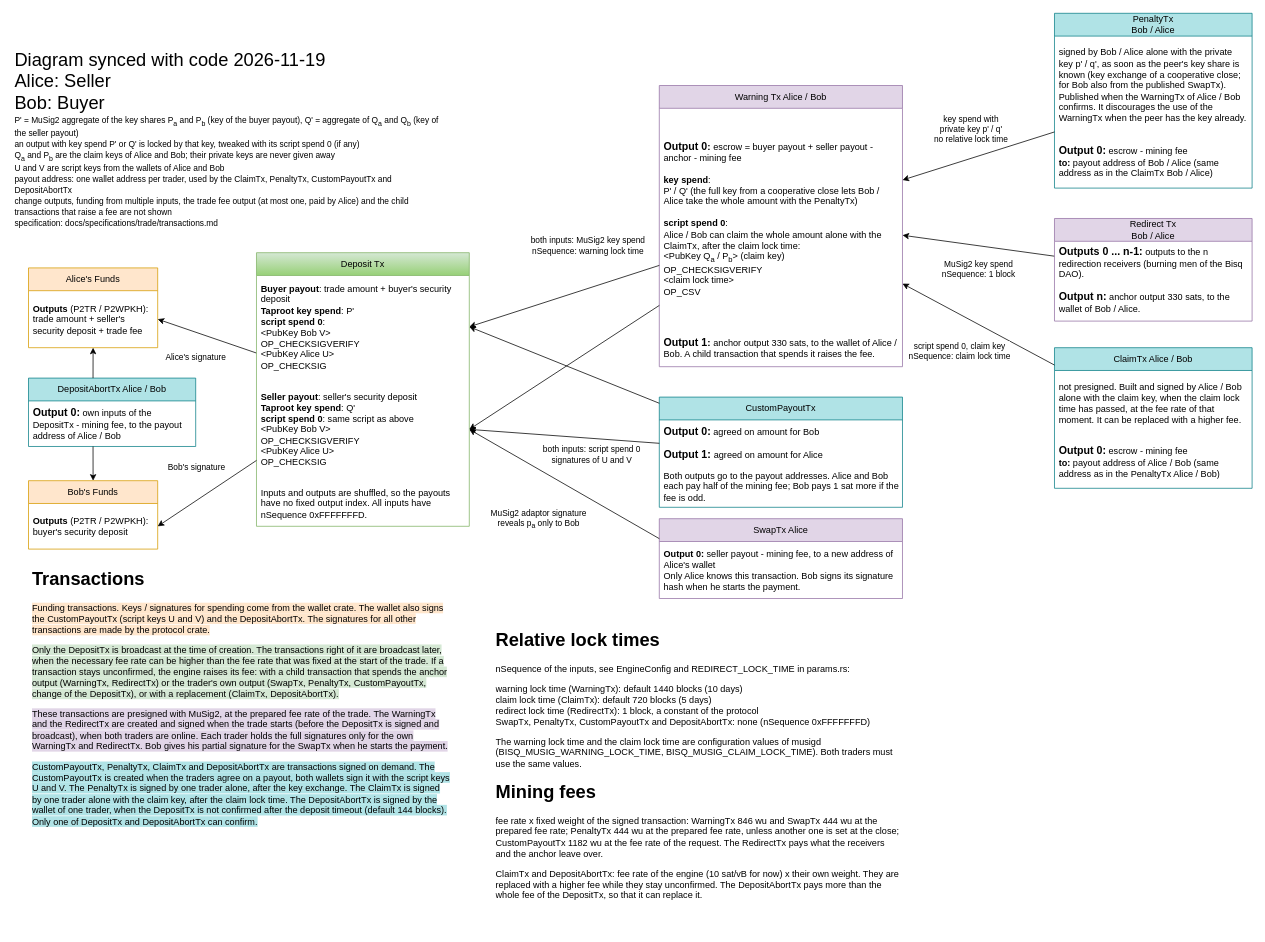
Above: concept/STx9.drawio in ChrisSon15/bisq-musig (draw.io), before the change. Source tidied: cells renumbered, new cells numbered last; positions are measured from the earlier drawing's top-left corner, leaving out a move shared by most shapes. Both pictures are drawn from the tidied source at 76%, with x=0, y=0 at pixel (13, 13).
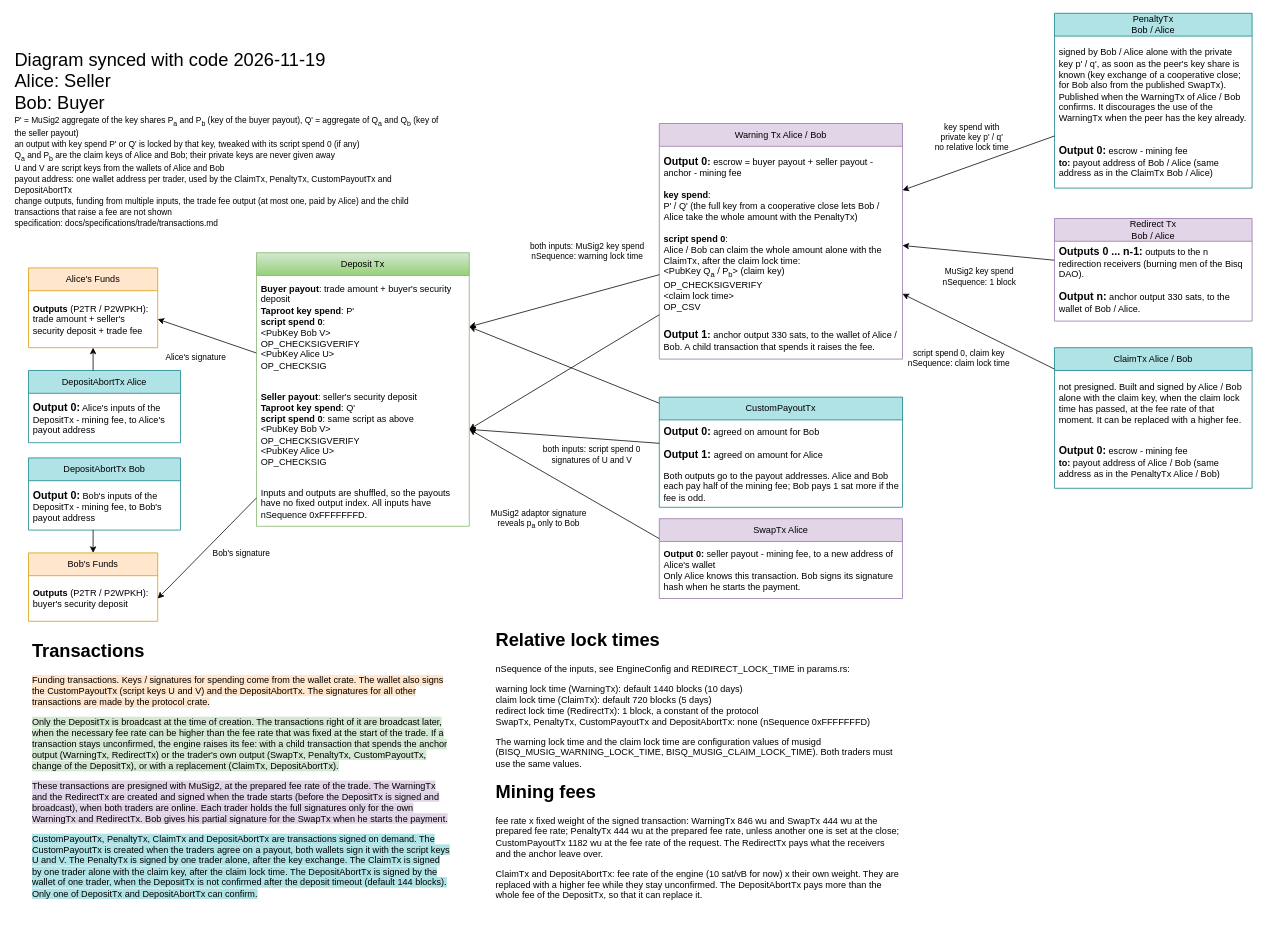
The same page after the edit.

Commit message (it also covers changes not shown here):
Concept: show the deposit abort of each trader as its own box in STx9

Unchanged cells that the change refers to:
```xml
<mxCell id="2" value="Alice's Funds" style="swimlane;fontStyle=0;horizontal=1;startSize=30;whiteSpace=wrap;html=1;labelBackgroundColor=none;fillColor=#ffe6cc;strokeColor=#d79b00;" parent="1" vertex="1">
  <mxGeometry x="20" y="335" width="170" height="105" as="geometry" />
</mxCell>
<mxCell id="12" style="rounded=0;jettySize=auto;html=1;entryX=1;entryY=0.5;entryDx=0;entryDy=0;labelBackgroundColor=none;fontColor=default;" parent="1" edge="1" source="8" target="5">
  <mxGeometry relative="1" as="geometry" />
</mxCell>
```

What changed in the source:
```diff
@@
     <mxCell id="4" value="Bob's Funds" style="swimlane;fontStyle=0;horizontal=1;startSize=30;whiteSpace=wrap;html=1;labelBackgroundColor=none;fillColor=#ffe6cc;strokeColor=#d79b00;" parent="1" vertex="1">
-      <mxGeometry x="20" y="615" width="170" height="90" as="geometry" />
+      <mxGeometry x="20" y="710" width="170" height="90" as="geometry" />
     </mxCell>
@@
     <mxCell id="13" value="Bob's signature" style="edgeLabel;html=1;align=center;verticalAlign=middle;labelBackgroundColor=none;" parent="12" vertex="1">
       <mxGeometry relative="1" as="geometry">
-        <mxPoint x="-15" y="-34" as="offset" />
+        <mxPoint x="45" y="6" as="offset" />
       </mxGeometry>
     </mxCell>
     <mxCell id="14" value="Warning Tx Alice / Bob" style="swimlane;fontStyle=0;horizontal=1;startSize=30;whiteSpace=wrap;html=1;labelBackgroundColor=none;fillColor=#e1d5e7;strokeColor=#9673a6;" parent="1" vertex="1">
-      <mxGeometry x="850" y="95" width="320" height="370" as="geometry" />
+      <mxGeometry x="850" y="145" width="320" height="310" as="geometry" />
     </mxCell>
     <mxCell id="15" value="&lt;b&gt;&lt;font style=&quot;font-size: 14px;&quot;&gt;Output 0&lt;/font&gt;&lt;span style=&quot;font-size: 13px;&quot;&gt;: &lt;/span&gt;&lt;/b&gt;escrow = buyer payout + seller payout - anchor - mining fee&lt;br&gt;&lt;br&gt;&lt;b&gt;key spend&lt;/b&gt;: &lt;br&gt;P' / Q' (the full key from a cooperative close lets Bob / Alice take the whole amount with the PenaltyTx)&lt;br&gt;&lt;br&gt;&lt;b&gt;script spend 0&lt;/b&gt;: &lt;br&gt;Alice / Bob can claim the whole amount alone with the ClaimTx, after the claim lock time:&lt;br&gt;&amp;lt;PubKey Q&lt;sub&gt;a&lt;/sub&gt; / P&lt;sub&gt;b&lt;/sub&gt;&amp;gt; (claim key)&lt;br&gt;OP_CHECKSIGVERIFY&lt;br&gt;&amp;lt;claim lock time&amp;gt;&lt;br&gt;OP_CSV" style="text;strokeColor=none;fillColor=none;align=left;verticalAlign=middle;spacingLeft=4;spacingRight=4;overflow=hidden;points=[[0,0.5],[1,0.5]];portConstraint=eastwest;whiteSpace=wrap;html=1;labelBackgroundColor=none;opacity=0;" parent="14" vertex="1">
-      <mxGeometry y="30" width="320" height="290" as="geometry" />
+      <mxGeometry y="30" width="320" height="230" as="geometry" />
     </mxCell>
     <mxCell id="16" value="&lt;b&gt;&lt;font style=&quot;font-size: 14px;&quot;&gt;Output 1&lt;/font&gt;&lt;span style=&quot;font-size: 13px;&quot;&gt;: &lt;/span&gt;&lt;/b&gt;anchor output 330 sats, to the wallet of Alice / Bob. A child transaction that spends it raises the fee." style="text;strokeColor=none;fillColor=none;align=left;verticalAlign=middle;spacingLeft=4;spacingRight=4;overflow=hidden;whiteSpace=wrap;html=1;labelBackgroundColor=none;opacity=0;" parent="14" vertex="1">
-      <mxGeometry y="320" width="320" height="50" as="geometry" />
+      <mxGeometry y="260" width="320" height="50" as="geometry" />
     </mxCell>
@@
     <mxCell id="30" value="&lt;h1&gt;Transactions&amp;nbsp;&lt;/h1&gt;&lt;p&gt;&lt;span style=&quot;background-color: rgb(255, 230, 204);&quot;&gt;Funding transactions. Keys / signatures for spending come from the wallet crate. The wallet also signs the CustomPayoutTx (script keys U and V) and the DepositAbortTx. The signatures for all other transactions are made by the protocol crate.&lt;/span&gt;&lt;/p&gt;&lt;p&gt;&lt;span style=&quot;background-color: rgb(213, 232, 212);&quot;&gt;Only the DepositTx is broadcast at the time of creation. The transactions right of it are broadcast later, when the necessary fee rate can be higher than the fee rate that was fixed at the start of the trade. If a transaction stays unconfirmed, the engine raises its fee: with a child transaction that spends the anchor output (WarningTx, RedirectTx) or the trader's own output (SwapTx, PenaltyTx, CustomPayoutTx, change of the DepositTx), or with a replacement (ClaimTx, DepositAbortTx).&lt;/span&gt;&lt;/p&gt;&lt;p&gt;&lt;/p&gt;&lt;p&gt;&lt;/p&gt;&lt;p&gt;&lt;span style=&quot;background-color: rgb(225, 213, 231);&quot;&gt;These transactions are presigned with MuSig2, at the prepared fee rate of the trade. The WarningTx and the RedirectTx are created and signed when the trade starts (before the DepositTx is signed and broadcast), when both traders are online. Each trader holds the full signatures only for the own WarningTx and RedirectTx. Bob gives his partial signature for the SwapTx when he starts the payment.&lt;/span&gt;&lt;/p&gt;&lt;p&gt;&lt;span style=&quot;background-color: rgb(176, 227, 230);&quot;&gt;CustomPayoutTx, PenaltyTx, ClaimTx and DepositAbortTx are transactions signed on demand. The CustomPayoutTx is created when the traders agree on a payout, both wallets sign it with the script keys U and V. The PenaltyTx is signed by one trader alone, after the key exchange. The ClaimTx is signed by one trader alone with the claim key, after the claim lock time. The DepositAbortTx is signed by the wallet of one trader, when the DepositTx is not confirmed after the deposit timeout (default 144 blocks). Only one of DepositTx and DepositAbortTx can confirm.&lt;/span&gt;&lt;/p&gt;" style="text;html=1;strokeColor=none;fillColor=none;spacing=5;spacingTop=-20;whiteSpace=wrap;overflow=hidden;rounded=0;" parent="1" vertex="1">
-      <mxGeometry x="20" y="725" width="560" height="385" as="geometry" />
+      <mxGeometry x="20" y="820" width="560" height="385" as="geometry" />
     </mxCell>
@@
-    <mxCell id="49" value="DepositAbortTx Alice / Bob" style="swimlane;fontStyle=0;horizontal=1;startSize=30;whiteSpace=wrap;html=1;labelBackgroundColor=none;fillColor=#b0e3e6;strokeColor=#0e8088;" parent="1" vertex="1">
-      <mxGeometry x="20" y="480" width="220" height="90" as="geometry" />
+    <mxCell id="49" value="DepositAbortTx Alice" style="swimlane;fontStyle=0;horizontal=1;startSize=30;whiteSpace=wrap;html=1;labelBackgroundColor=none;fillColor=#b0e3e6;strokeColor=#0e8088;" parent="1" vertex="1">
+      <mxGeometry x="20" y="470" width="200" height="95" as="geometry" />
     </mxCell>
-    <mxCell id="50" value="&lt;b&gt;&lt;font style=&quot;font-size: 14px;&quot;&gt;Output 0:&lt;/font&gt;&lt;/b&gt; own inputs of the DepositTx - mining fee, to the payout address of Alice / Bob" style="text;strokeColor=none;fillColor=none;align=left;verticalAlign=middle;spacingLeft=4;spacingRight=4;overflow=hidden;whiteSpace=wrap;html=1;labelBackgroundColor=none;" parent="49" vertex="1">
-      <mxGeometry y="30" width="220" height="60" as="geometry" />
+    <mxCell id="50" value="&lt;b&gt;&lt;font style=&quot;font-size: 14px;&quot;&gt;Output 0:&lt;/font&gt;&lt;/b&gt; Alice's inputs of the DepositTx - mining fee, to Alice's payout address" style="text;strokeColor=none;fillColor=none;align=left;verticalAlign=middle;spacingLeft=4;spacingRight=4;overflow=hidden;whiteSpace=wrap;html=1;labelBackgroundColor=none;" parent="49" vertex="1">
+      <mxGeometry y="30" width="200" height="65" as="geometry" />
     </mxCell>
+    <mxCell id="53" value="DepositAbortTx Bob" style="swimlane;fontStyle=0;horizontal=1;startSize=30;whiteSpace=wrap;html=1;labelBackgroundColor=none;fillColor=#b0e3e6;strokeColor=#0e8088;" parent="1" vertex="1">
+      <mxGeometry x="20" y="585" width="200" height="95" as="geometry" />
+    </mxCell>
+    <mxCell id="54" value="&lt;b&gt;&lt;font style=&quot;font-size: 14px;&quot;&gt;Output 0:&lt;/font&gt;&lt;/b&gt; Bob's inputs of the DepositTx - mining fee, to Bob's payout address" style="text;strokeColor=none;fillColor=none;align=left;verticalAlign=middle;spacingLeft=4;spacingRight=4;overflow=hidden;whiteSpace=wrap;html=1;labelBackgroundColor=none;" parent="53" vertex="1">
+      <mxGeometry y="30" width="200" height="65" as="geometry" />
+    </mxCell>
-    <mxCell id="51" style="rounded=0;jettySize=auto;html=1;labelBackgroundColor=none;fontColor=default;exitX=0.386;exitY=0;exitDx=0;exitDy=0;entryX=0.5;entryY=1;entryDx=0;entryDy=0;" parent="1" edge="1" source="49" target="2">
+    <mxCell id="51" style="rounded=0;jettySize=auto;html=1;labelBackgroundColor=none;fontColor=default;exitX=0.425;exitY=0;exitDx=0;exitDy=0;entryX=0.5;entryY=1;entryDx=0;entryDy=0;" parent="1" edge="1" source="49" target="2">
       <mxGeometry relative="1" as="geometry" />
     </mxCell>
-    <mxCell id="52" style="rounded=0;jettySize=auto;html=1;labelBackgroundColor=none;fontColor=default;exitX=0.386;exitY=1;exitDx=0;exitDy=0;entryX=0.5;entryY=0;entryDx=0;entryDy=0;" parent="1" edge="1" source="49" target="4">
+    <mxCell id="52" style="rounded=0;jettySize=auto;html=1;labelBackgroundColor=none;fontColor=default;exitX=0.425;exitY=1;exitDx=0;exitDy=0;entryX=0.5;entryY=0;entryDx=0;entryDy=0;" parent="1" edge="1" source="53" target="4">
       <mxGeometry relative="1" as="geometry" />
     </mxCell>
```
